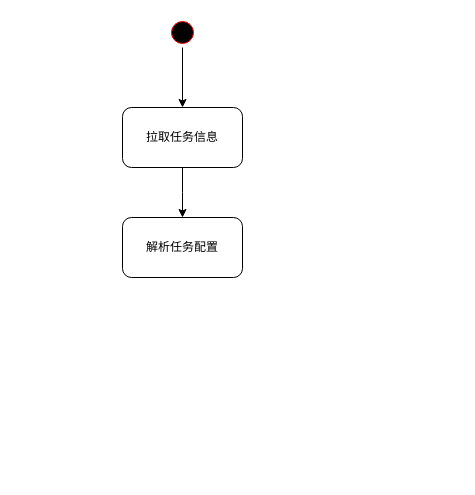
Earlier version of the draw.io diagram 执行模块活动图.drawio (tianshengdiwangK/common). Source tidied: cells renumbered, new cells numbered last; positions are measured from the earlier drawing's top-left corner, leaving out a move shared by most shapes. Both pictures are drawn from the tidied source at 100%, with x=0, y=0 at pixel (122, 17).
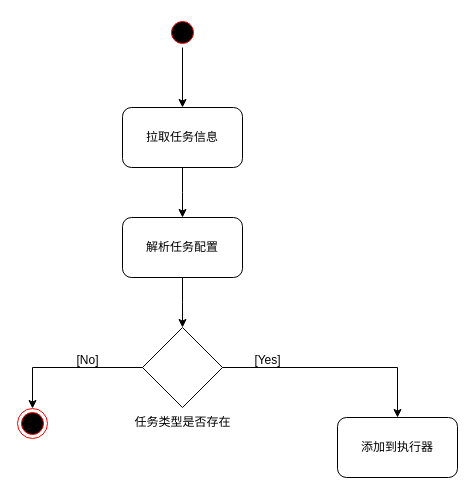
The same diagram, later.

Commit message (it also covers changes not shown here):
更新执行模块活动图.drawio

What changed in the source:
```diff
@@
 <mxGraphModel>
   <root>
     <mxCell id="0" />
     <mxCell id="1" parent="0" />
     <mxCell id="2" style="edgeStyle=orthogonalEdgeStyle;rounded=0;jettySize=auto;html=1;entryX=0.5;entryY=0;entryDx=0;entryDy=0;" parent="1" edge="1" source="3" target="5">
       <mxGeometry relative="1" as="geometry" />
     </mxCell>
     <mxCell id="3" style="ellipse;html=1;shape=startState;fillColor=#000000;strokeColor=#ff0000;" parent="1" vertex="1">
       <mxGeometry x="45" width="30" height="30" as="geometry" />
     </mxCell>
     <mxCell id="4" style="edgeStyle=orthogonalEdgeStyle;rounded=0;jettySize=auto;html=1;exitX=0.5;exitY=1;exitDx=0;exitDy=0;" parent="1" edge="1" source="5">
       <mxGeometry relative="1" as="geometry">
         <mxPoint x="60" y="200" as="targetPoint" />
       </mxGeometry>
     </mxCell>
     <mxCell id="5" value="拉取任务信息" style="rounded=1;whiteSpace=wrap;html=1;" parent="1" vertex="1">
       <mxGeometry y="90" width="120" height="60" as="geometry" />
     </mxCell>
+    <mxCell id="7" style="edgeStyle=orthogonalEdgeStyle;rounded=0;jettySize=auto;html=1;" parent="1" edge="1" source="6">
+      <mxGeometry relative="1" as="geometry">
+        <mxPoint x="60" y="310" as="targetPoint" />
+      </mxGeometry>
+    </mxCell>
     <mxCell id="6" value="解析任务配置" style="rounded=1;whiteSpace=wrap;html=1;" parent="1" vertex="1">
       <mxGeometry y="200" width="120" height="60" as="geometry" />
     </mxCell>
+    <mxCell id="8" style="edgeStyle=orthogonalEdgeStyle;rounded=0;jettySize=auto;html=1;entryX=0.5;entryY=0;entryDx=0;entryDy=0;" parent="1" edge="1" source="10" target="12">
+      <mxGeometry relative="1" as="geometry" />
+    </mxCell>
+    <mxCell id="9" style="edgeStyle=orthogonalEdgeStyle;rounded=0;jettySize=auto;html=1;entryX=0.5;entryY=0;entryDx=0;entryDy=0;" parent="1" edge="1" source="10" target="15">
+      <mxGeometry relative="1" as="geometry" />
+    </mxCell>
+    <mxCell id="10" style="rhombus;whiteSpace=wrap;html=1;" parent="1" vertex="1">
+      <mxGeometry x="20" y="310" width="80" height="80" as="geometry" />
+    </mxCell>
+    <mxCell id="11" value="任务类型是否存在" style="text;html=1;align=center;verticalAlign=middle;strokeColor=none;fillColor=none;" parent="1" vertex="1">
+      <mxGeometry y="390" width="120" height="30" as="geometry" />
+    </mxCell>
+    <mxCell id="12" style="ellipse;html=1;shape=endState;fillColor=#000000;strokeColor=#ff0000;" parent="1" vertex="1">
+      <mxGeometry x="-105" y="391" width="30" height="30" as="geometry" />
+    </mxCell>
+    <mxCell id="13" value="[No]" style="text;html=1;align=center;verticalAlign=middle;strokeColor=none;fillColor=none;" parent="1" vertex="1">
+      <mxGeometry x="-60" y="328" width="50" height="30" as="geometry" />
+    </mxCell>
+    <mxCell id="14" value="[Yes]" style="text;html=1;align=center;verticalAlign=middle;strokeColor=none;fillColor=none;" parent="1" vertex="1">
+      <mxGeometry x="120" y="328" width="50" height="30" as="geometry" />
+    </mxCell>
+    <mxCell id="15" value="添加到执行器" style="rounded=1;whiteSpace=wrap;html=1;" parent="1" vertex="1">
+      <mxGeometry x="215" y="400" width="120" height="60" as="geometry" />
+    </mxCell>
   </root>
 </mxGraphModel>
```
